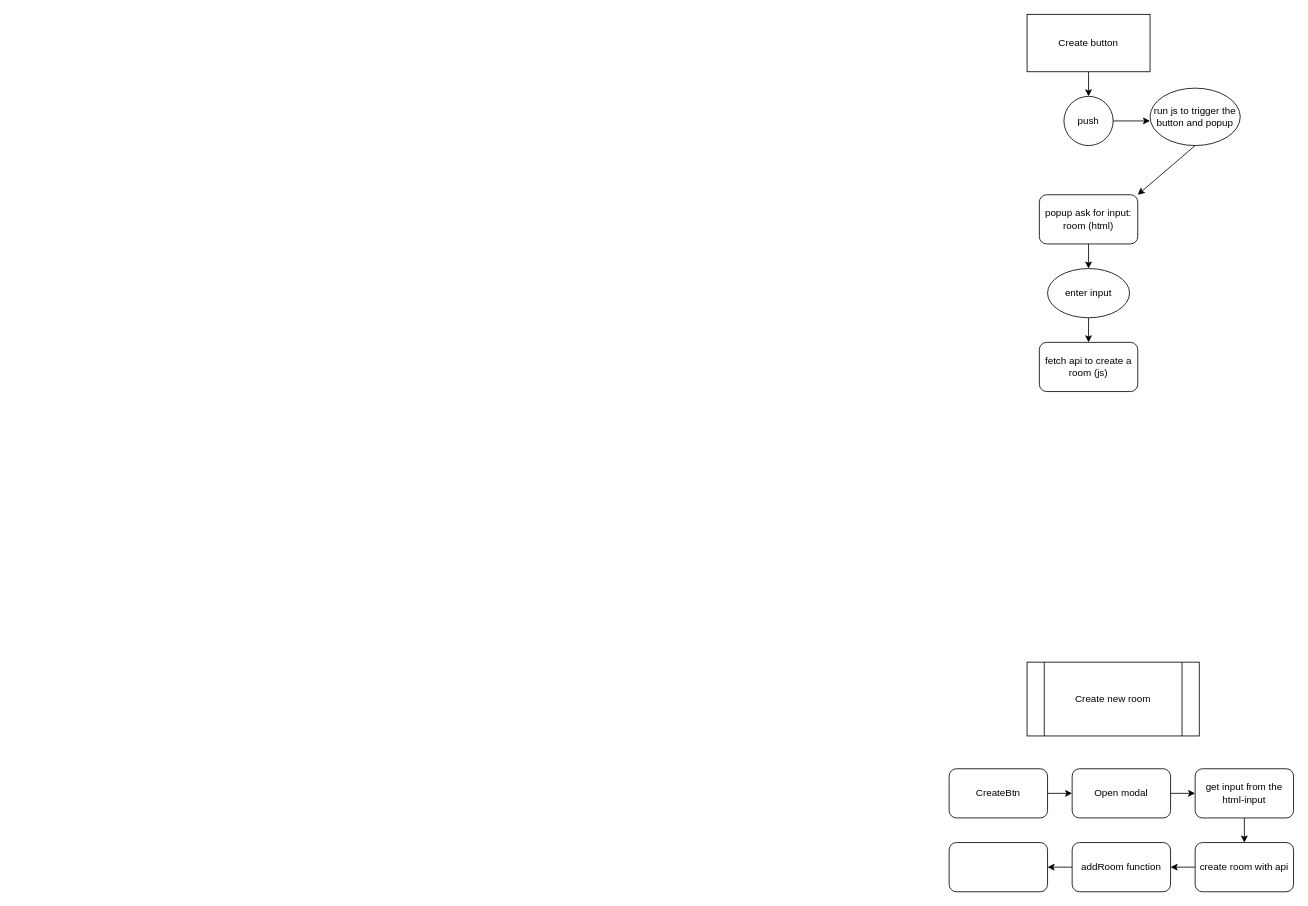
The draw.io diagram project/frontend/js/gameUI/flow.drawio in Tnantaki/transcendence, before the edit. Source tidied: cells renumbered, new cells numbered last; positions are measured from the earlier drawing's top-left corner, leaving out a move shared by most shapes. Both pictures are drawn from the tidied source at 82%, with x=0, y=0 at pixel (949, 14).
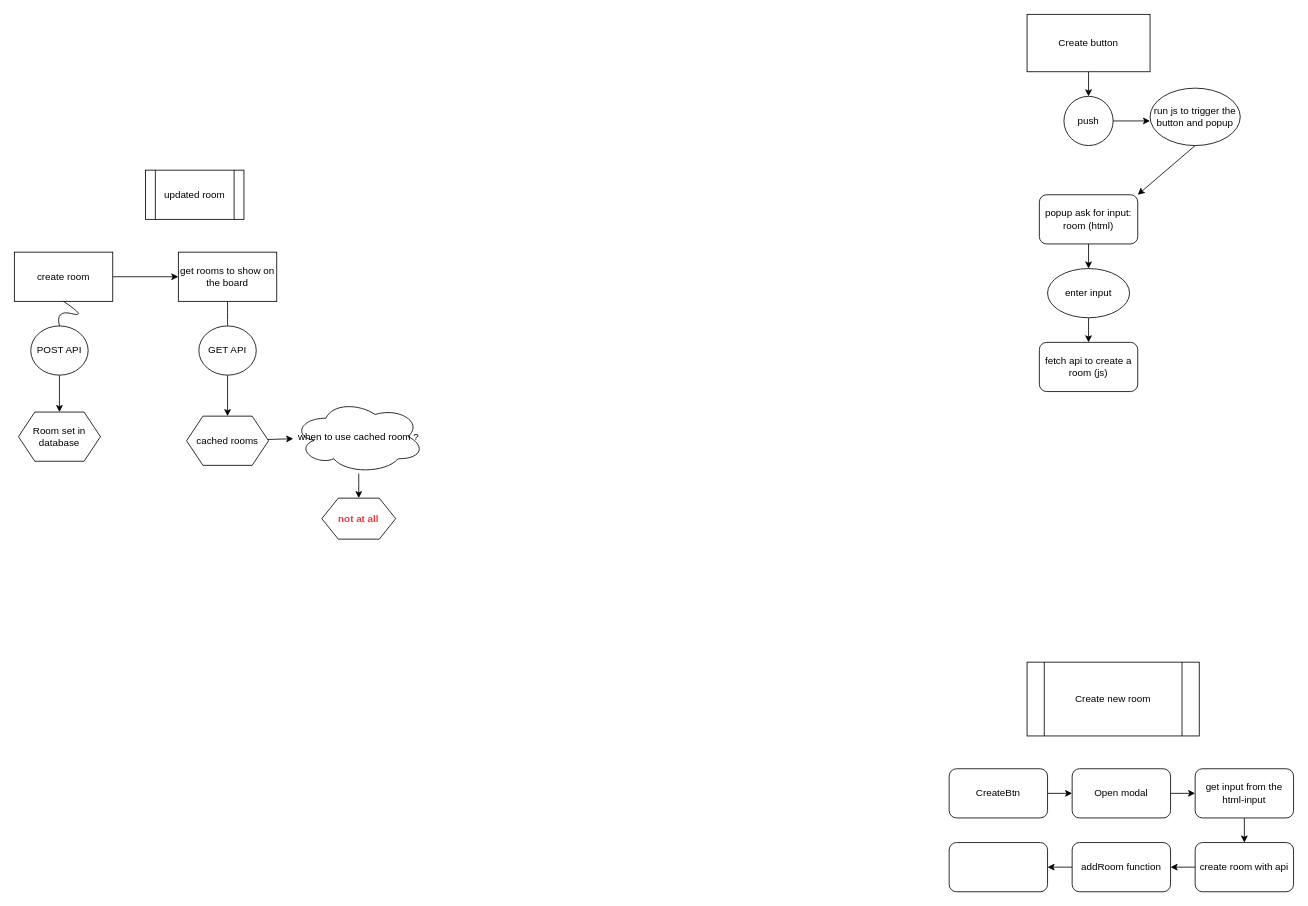
The same diagram, later.

Commit message (it also covers changes not shown here):
fixed: new room was not displayed on the lobby board

Change to the diagram source:
```diff
@@
+    <mxCell id="25" value="updated room" style="shape=process;whiteSpace=wrap;html=1;backgroundOutline=1;" parent="1" vertex="1">
+      <mxGeometry x="-980" y="190" width="120" height="60" as="geometry" />
+    </mxCell>
+    <mxCell id="26" style="edgeStyle=none;html=1;" parent="1" edge="1" source="27" target="31">
+      <mxGeometry relative="1" as="geometry" />
+    </mxCell>
+    <mxCell id="27" value="create room" style="rounded=0;whiteSpace=wrap;html=1;" parent="1" vertex="1">
+      <mxGeometry x="-1140" y="290" width="120" height="60" as="geometry" />
+    </mxCell>
+    <mxCell id="28" style="edgeStyle=none;html=1;" parent="1" edge="1" source="29" target="30">
+      <mxGeometry relative="1" as="geometry" />
+    </mxCell>
+    <mxCell id="29" value="POST API" style="ellipse;whiteSpace=wrap;html=1;rounded=0;" parent="1" vertex="1">
+      <mxGeometry x="-1120" y="380" width="70" height="60" as="geometry" />
+    </mxCell>
+    <mxCell id="30" value="Room set in database" style="shape=hexagon;perimeter=hexagonPerimeter2;whiteSpace=wrap;html=1;fixedSize=1;rounded=0;" parent="1" vertex="1">
+      <mxGeometry x="-1135" y="485" width="100" height="60" as="geometry" />
+    </mxCell>
+    <mxCell id="31" value="get rooms to show on the board" style="whiteSpace=wrap;html=1;rounded=0;" parent="1" vertex="1">
+      <mxGeometry x="-940" y="290" width="120" height="60" as="geometry" />
+    </mxCell>
+    <mxCell id="32" style="edgeStyle=none;html=1;" parent="1" edge="1" source="33" target="35">
+      <mxGeometry relative="1" as="geometry" />
+    </mxCell>
+    <mxCell id="33" value="GET API" style="ellipse;whiteSpace=wrap;html=1;rounded=0;" parent="1" vertex="1">
+      <mxGeometry x="-915" y="380" width="70" height="60" as="geometry" />
+    </mxCell>
+    <mxCell id="34" style="edgeStyle=none;html=1;" parent="1" edge="1" source="35" target="37">
+      <mxGeometry relative="1" as="geometry" />
+    </mxCell>
+    <mxCell id="35" value="cached rooms" style="shape=hexagon;perimeter=hexagonPerimeter2;whiteSpace=wrap;html=1;fixedSize=1;rounded=0;" parent="1" vertex="1">
+      <mxGeometry x="-930" y="490" width="100" height="60" as="geometry" />
+    </mxCell>
+    <mxCell id="36" style="edgeStyle=orthogonalEdgeStyle;curved=1;html=1;" parent="1" edge="1" source="37" target="40">
+      <mxGeometry relative="1" as="geometry" />
+    </mxCell>
+    <mxCell id="37" value="when to use cached room ?" style="ellipse;shape=cloud;whiteSpace=wrap;html=1;rounded=0;" parent="1" vertex="1">
+      <mxGeometry x="-800" y="470" width="160" height="90" as="geometry" />
+    </mxCell>
+    <mxCell id="38" style="endArrow=none;html=1;curved=1;entryX=0.5;entryY=1;entryDx=0;entryDy=0;exitX=0.5;exitY=0;exitDx=0;exitDy=0;" parent="1" edge="1" source="29" target="27">
+      <mxGeometry relative="1" as="geometry">
+        <Array as="points">
+          <mxPoint x="-1090" y="360" />
+          <mxPoint x="-1050" y="370" />
+        </Array>
+      </mxGeometry>
+    </mxCell>
+    <mxCell id="39" style="endArrow=none;html=1;curved=1;entryX=0.5;entryY=1;entryDx=0;entryDy=0;exitX=0.5;exitY=0;exitDx=0;exitDy=0;" parent="1" edge="1" source="33" target="31">
+      <mxGeometry relative="1" as="geometry" />
+    </mxCell>
+    <mxCell id="40" value="&lt;b&gt;&lt;font color=&quot;#ff3333&quot;&gt;not at all&lt;/font&gt;&lt;/b&gt;" style="shape=hexagon;perimeter=hexagonPerimeter2;whiteSpace=wrap;html=1;fixedSize=1;rounded=0;" parent="1" vertex="1">
+      <mxGeometry x="-765" y="590" width="90" height="50" as="geometry" />
+    </mxCell>
```
